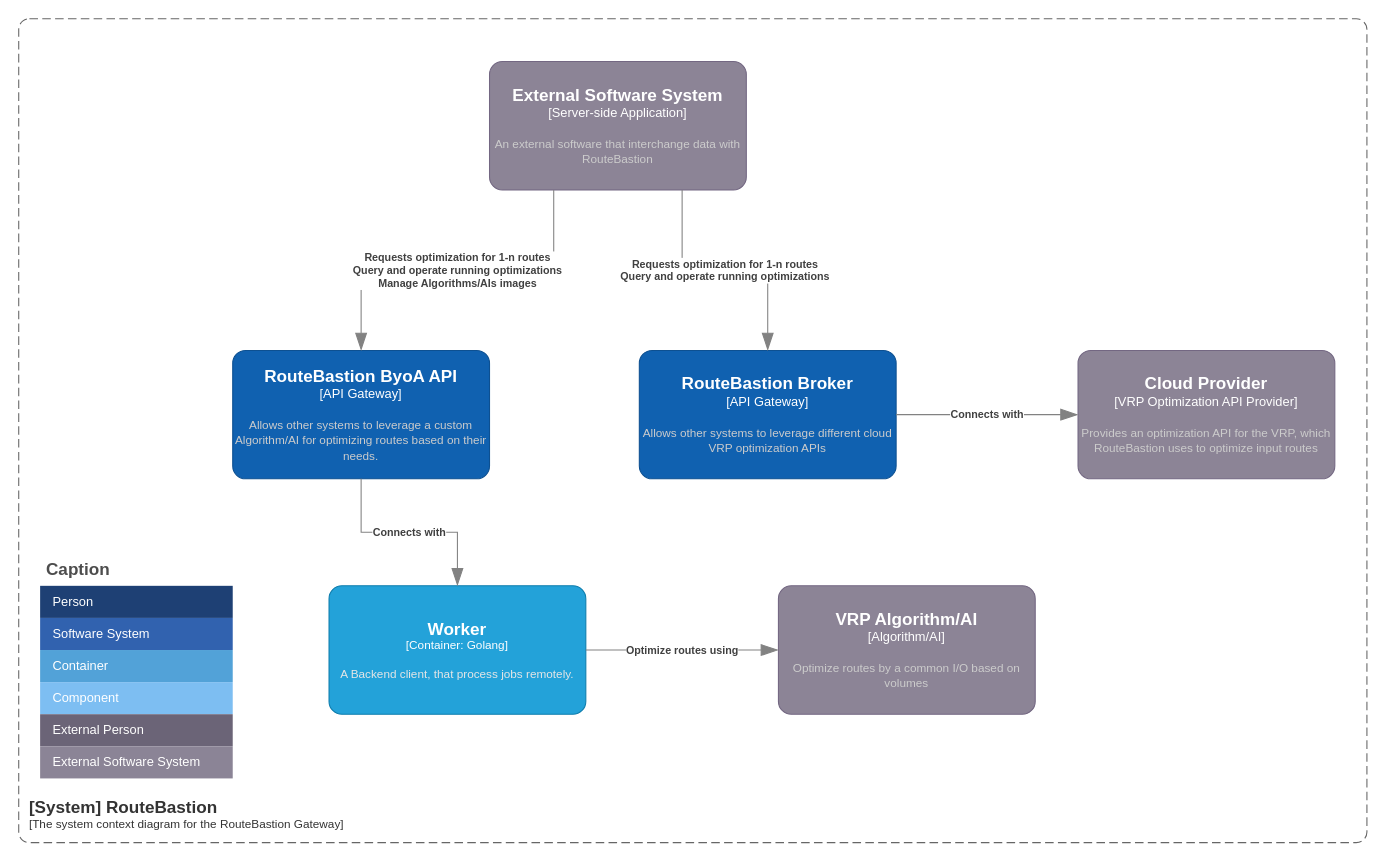
This is page "System" (1 of 2) of Docs/RouteBasttion_Architecture_v0.drawio from marechal-dev/RouteBastion, a draw.io file, before an edit. Source tidied: cells renumbered, new cells numbered last; positions are measured from the earlier drawing's top-left corner, leaving out a move shared by most shapes. Both pictures are drawn from the tidied source at 107%, with x=0, y=0 at pixel (18, 18).
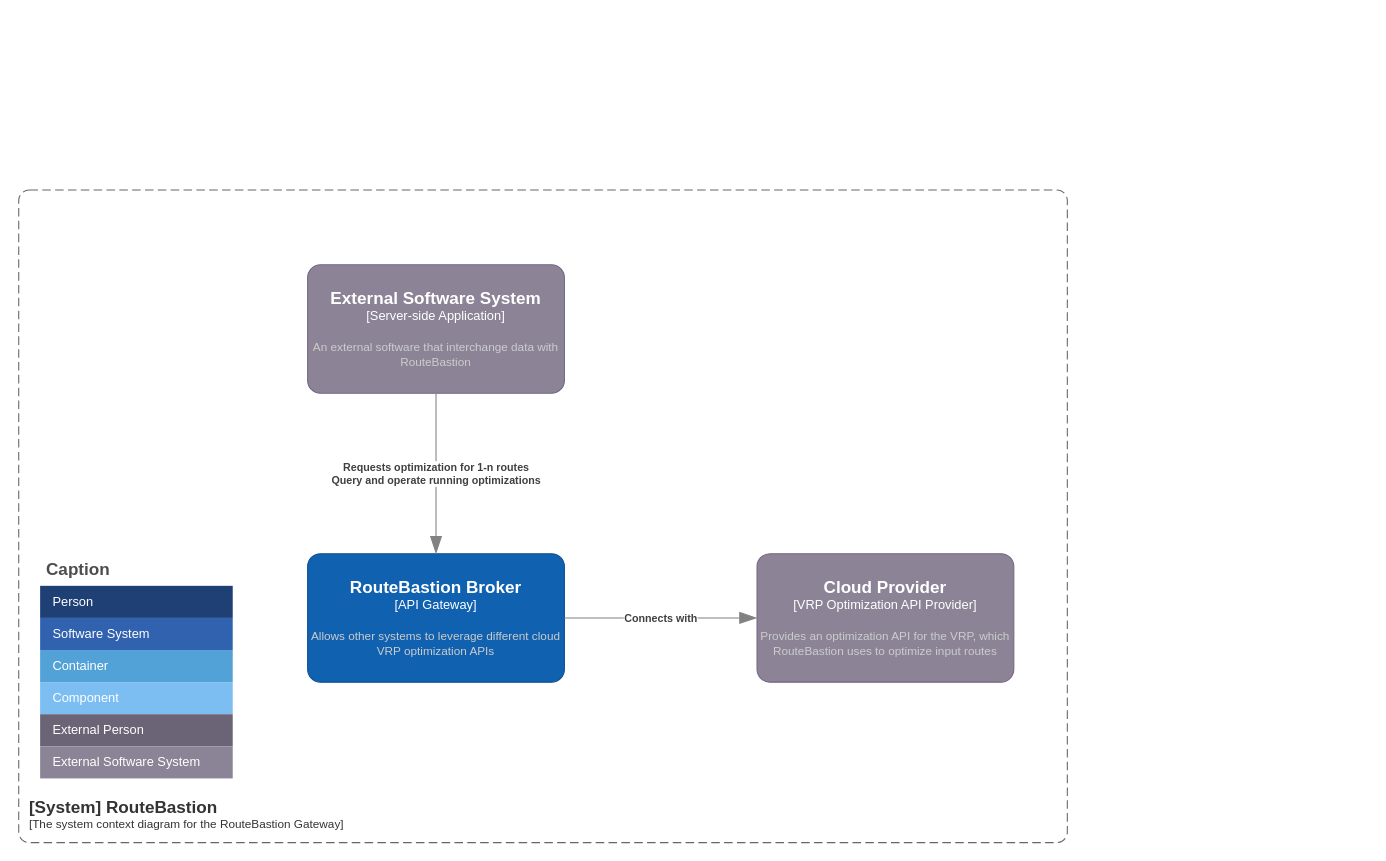
The same diagram, later.

Change to the diagram source:
```diff
@@
     <object id="2" label="&lt;font style=&quot;font-size: 16px&quot;&gt;&lt;b&gt;%c4Name%&lt;/b&gt;&lt;/font&gt;&lt;div&gt;[%c4Type%]&lt;/div&gt;&lt;br&gt;&lt;div&gt;&lt;font style=&quot;font-size: 11px&quot;&gt;&lt;font color=&quot;#cccccc&quot;&gt;%c4Description%&lt;/font&gt;&lt;/div&gt;" c4Description="An external software that interchange data with RouteBastion" c4Name="External Software System" c4Type="Server-side Application" placeholders="1">
       <mxCell style="rounded=1;whiteSpace=wrap;html=1;labelBackgroundColor=none;fillColor=#8C8496;fontColor=#ffffff;align=center;arcSize=10;strokeColor=#736782;points=[[0.25,0,0],[0.5,0,0],[0.75,0,0],[1,0.25,0],[1,0.5,0],[1,0.75,0],[0.75,1,0],[0.5,1,0],[0.25,1,0],[0,0.75,0],[0,0.5,0],[0,0.25,0]];" parent="1" vertex="1">
-        <mxGeometry x="440" y="40" width="240" height="120" as="geometry" />
+        <mxGeometry x="270" y="230" width="240" height="120" as="geometry" />
       </mxCell>
     </object>
     <object id="3" label="&lt;font style=&quot;font-size: 16px&quot;&gt;&lt;b&gt;&lt;div style=&quot;text-align: left&quot;&gt;%c4Name%&lt;/div&gt;&lt;/b&gt;&lt;/font&gt;&lt;div style=&quot;text-align: left&quot;&gt;[%c4Application%]&lt;/div&gt;" c4Application="The system context diagram for the RouteBastion Gateway" c4Name="[System] RouteBastion" placeholders="1">
       <mxCell style="rounded=1;fontSize=11;whiteSpace=wrap;html=1;dashed=1;arcSize=20;fillColor=none;strokeColor=#666666;fontColor=#333333;labelBackgroundColor=none;align=left;verticalAlign=bottom;labelBorderColor=none;spacingTop=0;spacing=10;dashPattern=8 4;perimeter=rectanglePerimeter;noLabel=0;labelPadding=0;absoluteArcSize=1;" parent="1" vertex="1">
-        <mxGeometry width="1260" height="770" as="geometry" />
+        <mxGeometry y="160" width="980" height="610" as="geometry" />
       </mxCell>
     </object>
@@
     <object id="17" label="&lt;font style=&quot;font-size: 16px&quot;&gt;&lt;b&gt;%c4Name%&lt;/b&gt;&lt;/font&gt;&lt;div&gt;[%c4Type%]&lt;/div&gt;&lt;br&gt;&lt;div&gt;&lt;font style=&quot;font-size: 11px&quot;&gt;&lt;font color=&quot;#cccccc&quot;&gt;%c4Description%&lt;/font&gt;&lt;/div&gt;" c4Description="Allows other systems to leverage different cloud VRP optimization APIs" c4Name="RouteBastion Broker" c4Type="API Gateway" placeholders="1">
       <mxCell style="rounded=1;whiteSpace=wrap;html=1;labelBackgroundColor=none;fillColor=#1061B0;fontColor=#ffffff;align=center;arcSize=10;strokeColor=#0D5091;points=[[0.25,0,0],[0.5,0,0],[0.75,0,0],[1,0.25,0],[1,0.5,0],[1,0.75,0],[0.75,1,0],[0.5,1,0],[0.25,1,0],[0,0.75,0],[0,0.5,0],[0,0.25,0]];" parent="1" vertex="1">
-        <mxGeometry x="580" y="310" width="240" height="120" as="geometry" />
+        <mxGeometry x="270" y="500" width="240" height="120" as="geometry" />
       </mxCell>
     </object>
     <object id="18" label="&lt;div style=&quot;text-align: left&quot;&gt;&lt;div style=&quot;text-align: center&quot;&gt;&lt;b&gt;%c4Description%&lt;/b&gt;&lt;/div&gt;" c4Description="Requests optimization for 1-n routes&#10;Query and operate running optimizations" placeholders="1">
-      <mxCell style="endArrow=blockThin;html=1;fontSize=10;fontColor=#404040;strokeWidth=1;endFill=1;strokeColor=#828282;elbow=vertical;endSize=14;startSize=14;jumpStyle=arc;jumpSize=16;rounded=0;edgeStyle=orthogonalEdgeStyle;exitX=0.75;exitY=1;exitDx=0;exitDy=0;exitPerimeter=0;entryX=0.5;entryY=0;entryDx=0;entryDy=0;entryPerimeter=0;" parent="1" edge="1" source="2" target="17">
+      <mxCell style="endArrow=blockThin;html=1;fontSize=10;fontColor=#404040;strokeWidth=1;endFill=1;strokeColor=#828282;elbow=vertical;endSize=14;startSize=14;jumpStyle=arc;jumpSize=16;rounded=0;edgeStyle=orthogonalEdgeStyle;exitX=0.5;exitY=1;exitDx=0;exitDy=0;exitPerimeter=0;entryX=0.5;entryY=0;entryDx=0;entryDy=0;entryPerimeter=0;" parent="1" edge="1" source="2" target="17">
         <mxGeometry relative="1" as="geometry" />
       </mxCell>
     </object>
     <object id="19" label="&lt;font style=&quot;font-size: 16px&quot;&gt;&lt;b&gt;%c4Name%&lt;/b&gt;&lt;/font&gt;&lt;div&gt;[%c4Type%]&lt;/div&gt;&lt;br&gt;&lt;div&gt;&lt;font style=&quot;font-size: 11px&quot;&gt;&lt;font color=&quot;#cccccc&quot;&gt;%c4Description%&lt;/font&gt;&lt;/div&gt;" c4Description="Provides an optimization API for the VRP, which RouteBastion uses to optimize input routes" c4Name="Cloud Provider" c4Type="VRP Optimization API Provider" placeholders="1">
       <mxCell style="rounded=1;whiteSpace=wrap;html=1;labelBackgroundColor=none;fillColor=#8C8496;fontColor=#ffffff;align=center;arcSize=10;strokeColor=#736782;points=[[0.25,0,0],[0.5,0,0],[0.75,0,0],[1,0.25,0],[1,0.5,0],[1,0.75,0],[0.75,1,0],[0.5,1,0],[0.25,1,0],[0,0.75,0],[0,0.5,0],[0,0.25,0]];" parent="1" vertex="1">
-        <mxGeometry x="990" y="310" width="240" height="120" as="geometry" />
+        <mxGeometry x="690" y="500" width="240" height="120" as="geometry" />
       </mxCell>
     </object>
@@
-    <object id="21" label="&lt;font style=&quot;font-size: 16px&quot;&gt;&lt;b&gt;%c4Name%&lt;/b&gt;&lt;/font&gt;&lt;div&gt;[%c4Type%: %c4Technology%]&lt;/div&gt;&lt;br&gt;&lt;div&gt;&lt;font style=&quot;font-size: 11px&quot;&gt;&lt;font color=&quot;#E6E6E6&quot;&gt;%c4Description%&lt;/font&gt;&lt;/div&gt;" c4Description="A Backend client, that process jobs remotely." c4Name="Worker" c4Technology="Golang" c4Type="Container" placeholders="1">
-      <mxCell style="rounded=1;whiteSpace=wrap;html=1;fontSize=11;labelBackgroundColor=none;fillColor=#23A2D9;fontColor=#ffffff;align=center;arcSize=10;strokeColor=#0E7DAD;points=[[0.25,0,0],[0.5,0,0],[0.75,0,0],[1,0.25,0],[1,0.5,0],[1,0.75,0],[0.75,1,0],[0.5,1,0],[0.25,1,0],[0,0.75,0],[0,0.5,0],[0,0.25,0]];" parent="1" vertex="1">
-        <mxGeometry x="290" y="530" width="240" height="120" as="geometry" />
-      </mxCell>
-    </object>
-    <object id="22" label="&lt;font style=&quot;font-size: 16px&quot;&gt;&lt;b&gt;%c4Name%&lt;/b&gt;&lt;/font&gt;&lt;div&gt;[%c4Type%]&lt;/div&gt;&lt;br&gt;&lt;div&gt;&lt;font style=&quot;font-size: 11px&quot;&gt;&lt;font color=&quot;#cccccc&quot;&gt;%c4Description%&lt;/font&gt;&lt;/div&gt;" c4Description="Allows other systems to leverage a custom Algorithm/AI for optimizing routes based on their needs." c4Name="RouteBastion ByoA API" c4Type="API Gateway" placeholders="1">
-      <mxCell style="rounded=1;whiteSpace=wrap;html=1;labelBackgroundColor=none;fillColor=#1061B0;fontColor=#ffffff;align=center;arcSize=10;strokeColor=#0D5091;points=[[0.25,0,0],[0.5,0,0],[0.75,0,0],[1,0.25,0],[1,0.5,0],[1,0.75,0],[0.75,1,0],[0.5,1,0],[0.25,1,0],[0,0.75,0],[0,0.5,0],[0,0.25,0]];" parent="1" vertex="1">
-        <mxGeometry x="200" y="310" width="240" height="120" as="geometry" />
-      </mxCell>
-    </object>
-    <object id="23" label="&lt;div style=&quot;text-align: left&quot;&gt;&lt;div style=&quot;text-align: center&quot;&gt;&lt;b&gt;%c4Description%&lt;/b&gt;&lt;/div&gt;" c4Description="Connects with" placeholders="1">
-      <mxCell style="endArrow=blockThin;html=1;fontSize=10;fontColor=#404040;strokeWidth=1;endFill=1;strokeColor=#828282;elbow=vertical;endSize=14;startSize=14;jumpStyle=arc;jumpSize=16;rounded=0;edgeStyle=orthogonalEdgeStyle;exitX=0.5;exitY=1;exitDx=0;exitDy=0;exitPerimeter=0;entryX=0.5;entryY=0;entryDx=0;entryDy=0;entryPerimeter=0;" parent="1" edge="1" source="22" target="21">
-        <mxGeometry relative="1" as="geometry" />
-      </mxCell>
-    </object>
-    <object id="24" label="&lt;font style=&quot;font-size: 16px&quot;&gt;&lt;b&gt;%c4Name%&lt;/b&gt;&lt;/font&gt;&lt;div&gt;[%c4Type%]&lt;/div&gt;&lt;br&gt;&lt;div&gt;&lt;font style=&quot;font-size: 11px&quot;&gt;&lt;font color=&quot;#cccccc&quot;&gt;%c4Description%&lt;/font&gt;&lt;/div&gt;" c4Description="Optimize routes by a common I/O based on volumes" c4Name="VRP Algorithm/AI" c4Type="Algorithm/AI" placeholders="1">
-      <mxCell style="rounded=1;whiteSpace=wrap;html=1;labelBackgroundColor=none;fillColor=#8C8496;fontColor=#ffffff;align=center;arcSize=10;strokeColor=#736782;points=[[0.25,0,0],[0.5,0,0],[0.75,0,0],[1,0.25,0],[1,0.5,0],[1,0.75,0],[0.75,1,0],[0.5,1,0],[0.25,1,0],[0,0.75,0],[0,0.5,0],[0,0.25,0]];" parent="1" vertex="1">
-        <mxGeometry x="710" y="530" width="240" height="120" as="geometry" />
-      </mxCell>
-    </object>
-    <object id="25" label="&lt;div style=&quot;text-align: left&quot;&gt;&lt;div style=&quot;text-align: center&quot;&gt;&lt;b&gt;%c4Description%&lt;/b&gt;&lt;/div&gt;" c4Description="Optimize routes using" placeholders="1">
-      <mxCell style="endArrow=blockThin;html=1;fontSize=10;fontColor=#404040;strokeWidth=1;endFill=1;strokeColor=#828282;elbow=vertical;endSize=14;startSize=14;jumpStyle=arc;jumpSize=16;rounded=0;edgeStyle=orthogonalEdgeStyle;exitX=1;exitY=0.5;exitDx=0;exitDy=0;exitPerimeter=0;entryX=0;entryY=0.5;entryDx=0;entryDy=0;entryPerimeter=0;" parent="1" edge="1" source="21" target="24">
-        <mxGeometry relative="1" as="geometry" />
-      </mxCell>
-    </object>
-    <object id="26" label="&lt;div style=&quot;text-align: left&quot;&gt;&lt;div style=&quot;text-align: center&quot;&gt;&lt;b&gt;%c4Description%&lt;/b&gt;&lt;/div&gt;" c4Description="Requests optimization for 1-n routes&#10;Query and operate running optimizations&#10;Manage Algorithms/AIs images" placeholders="1">
-      <mxCell style="endArrow=blockThin;html=1;fontSize=10;fontColor=#404040;strokeWidth=1;endFill=1;strokeColor=#828282;elbow=vertical;endSize=14;startSize=14;jumpStyle=arc;jumpSize=16;rounded=0;edgeStyle=orthogonalEdgeStyle;exitX=0.25;exitY=1;exitDx=0;exitDy=0;exitPerimeter=0;entryX=0.5;entryY=0;entryDx=0;entryDy=0;entryPerimeter=0;" parent="1" edge="1" source="2" target="22">
-        <mxGeometry relative="1" as="geometry" />
-      </mxCell>
-    </object>
```
